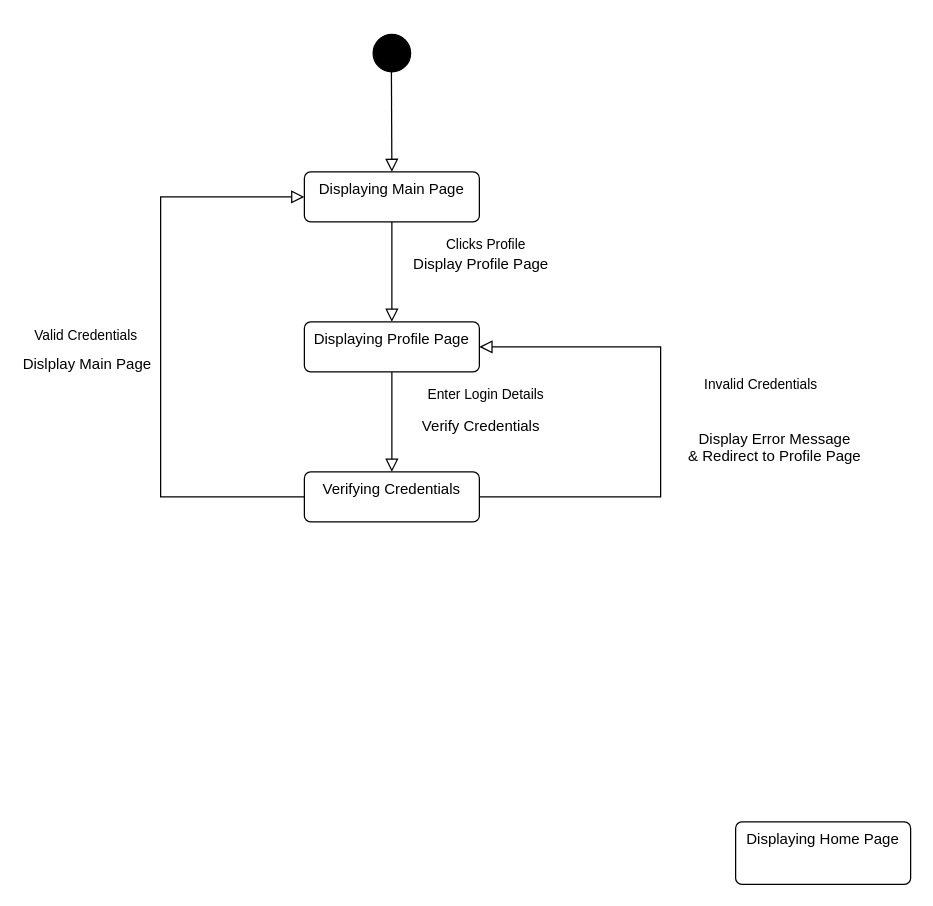
This is Use Case 1.drawio from AbdulmoizTalpur/Tutorial-week-3, a draw.io file, before an edit. Source tidied: cells renumbered, new cells numbered last; positions are measured from the earlier drawing's top-left corner, leaving out a move shared by most shapes. Both pictures are drawn from the tidied source at 125%, with x=0, y=0 at pixel (160, 34).
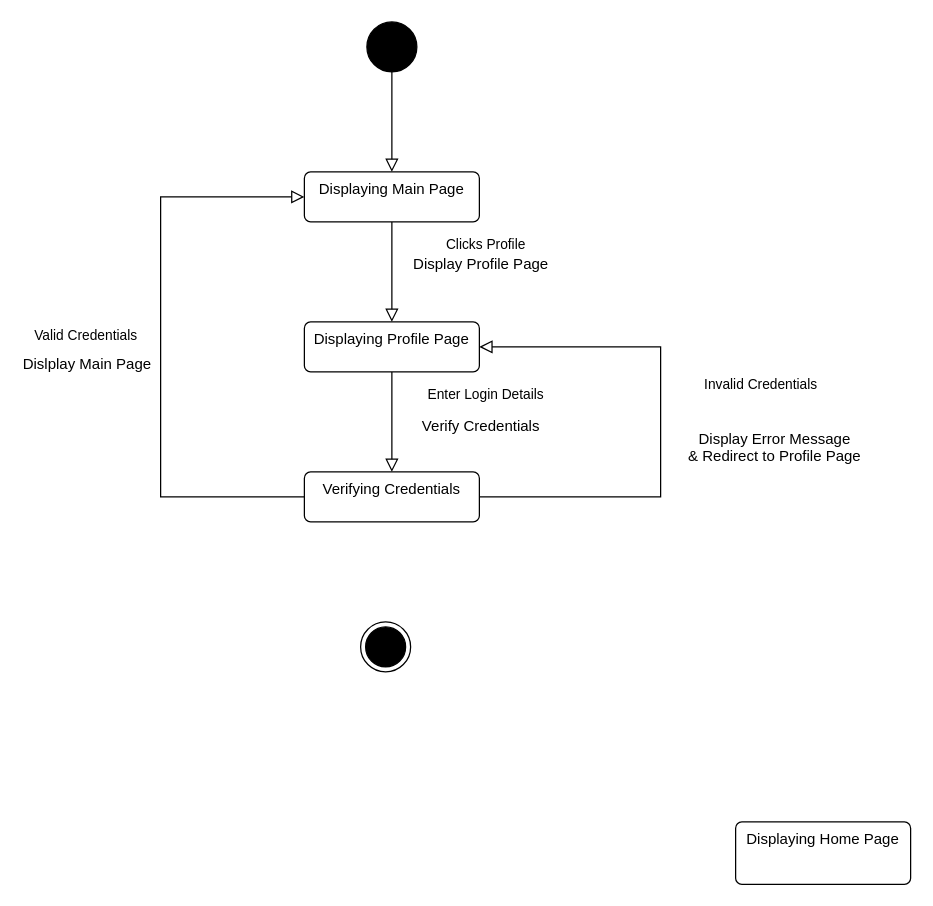
After the change.

Unchanged cells that the change refers to:
```xml
<mxCell id="5" value="Displaying Main Page" style="html=1;align=center;verticalAlign=top;rounded=1;absoluteArcSize=1;arcSize=10;dashed=0;whiteSpace=wrap;" parent="1" vertex="1">
  <mxGeometry x="115" y="110" width="140" height="40" as="geometry" />
</mxCell>
```

Diff of the diagram source:
```diff
@@
     <mxCell id="2" style="ellipse;fillColor=strokeColor;html=1;" parent="1" vertex="1">
-      <mxGeometry x="170" width="30" height="30" as="geometry" />
+      <mxGeometry x="165" y="-10" width="40" height="40" as="geometry" />
     </mxCell>
-    <mxCell id="3" style="endArrow=block;html=1;rounded=0;align=center;verticalAlign=bottom;endFill=0;labelBackgroundColor=none;endSize=8;exitX=0.5;exitY=1;exitDx=0;exitDy=0;" parent="1" edge="1">
-      <mxGeometry x="-0.33" y="135" relative="1" as="geometry">
-        <mxPoint x="184.5" as="sourcePoint" />
-        <mxPoint x="185" y="110" as="targetPoint" />
-      </mxGeometry>
+    <mxCell id="3" style="endArrow=block;html=1;rounded=0;align=center;verticalAlign=bottom;endFill=0;labelBackgroundColor=none;endSize=8;exitX=0.5;exitY=1;exitDx=0;exitDy=0;entryX=0.5;entryY=0;entryDx=0;entryDy=0;" parent="1" edge="1" source="2" target="5">
+      <mxGeometry x="-0.33" y="135" relative="1" as="geometry" />
     </mxCell>
@@
+    <mxCell id="17" style="ellipse;html=1;shape=endState;fillColor=strokeColor;" parent="1" vertex="1">
+      <mxGeometry x="160" y="470" width="40" height="40" as="geometry" />
+    </mxCell>
```
